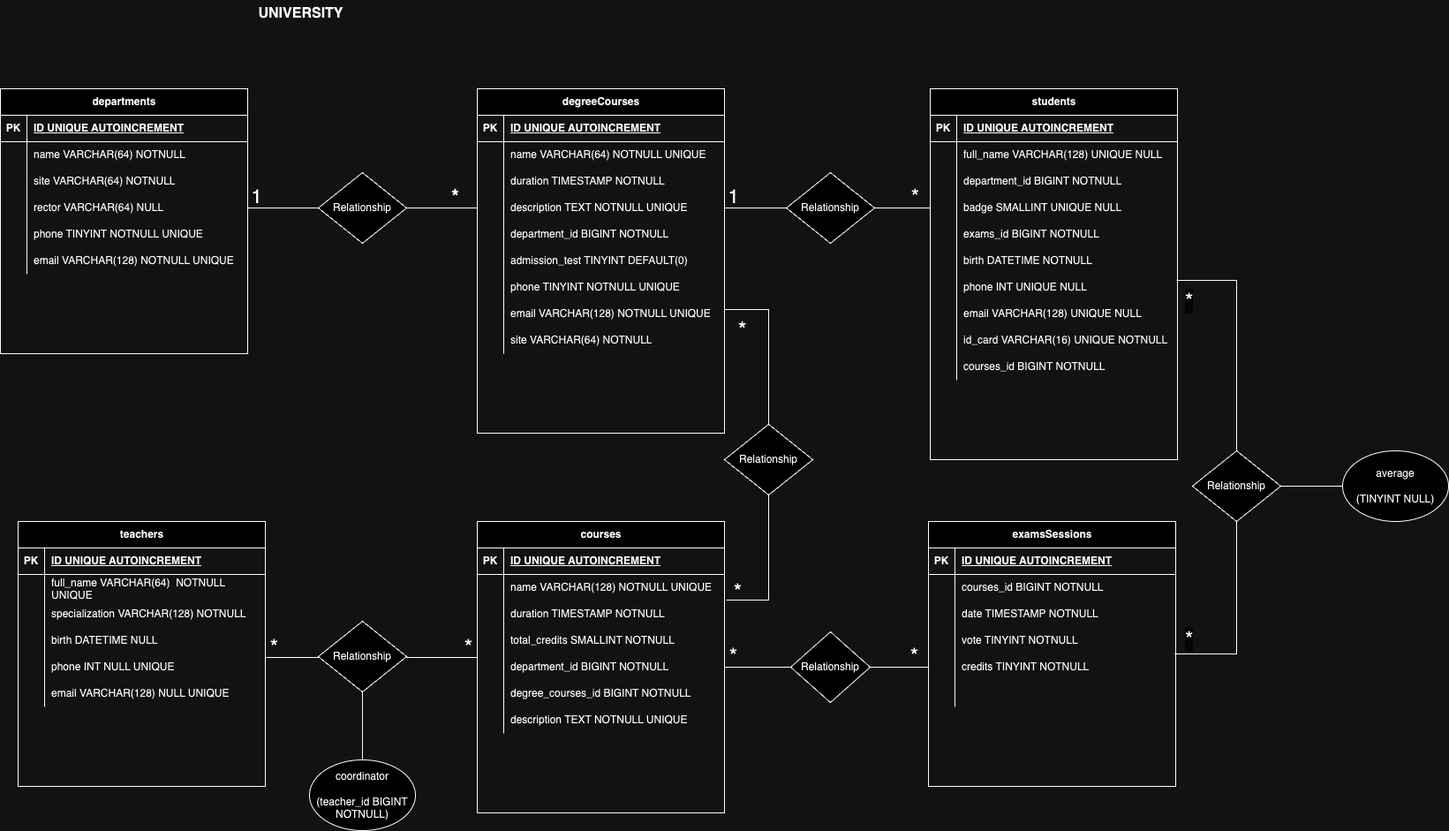
Before: University.drawio.png, a diagram exported from draw.io (nicolaceccagnoli/db-university). Source tidied: cells renumbered, new cells last; positions are measured from the earlier drawing's top-left corner, leaving out a move shared by most shapes.
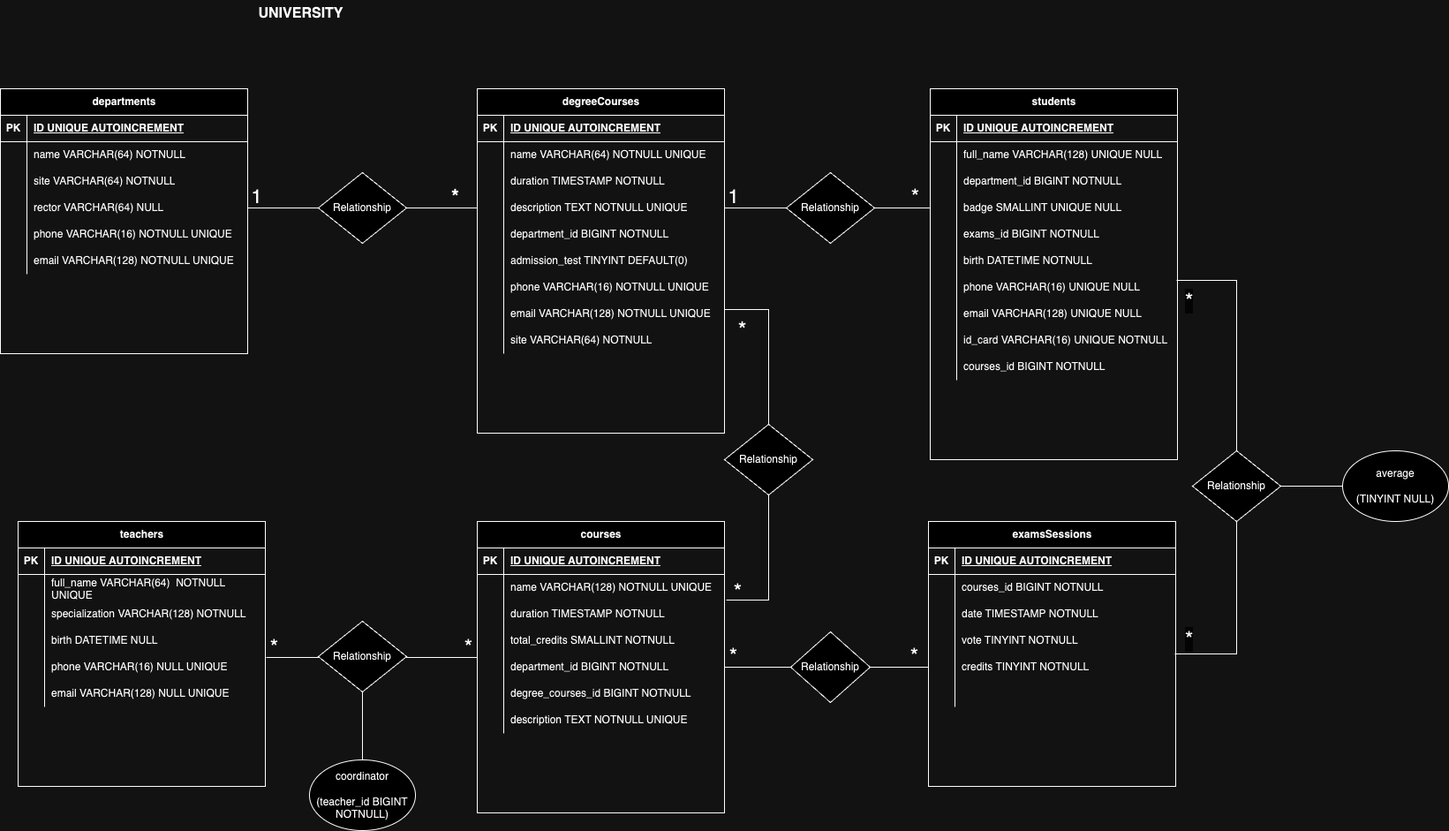
Later version of the same file.

What changed in the source:
```diff
@@ -47,7 +47,7 @@
     <mxCell id="16" style="shape=partialRectangle;fillColor=none;top=0;left=0;bottom=0;right=0;overflow=hidden;whiteSpace=wrap;html=1;" parent="15" vertex="1">
       <mxGeometry width="30" height="30" as="geometry" />
     </mxCell>
-    <mxCell id="17" value="phone TINYINT NOTNULL UNIQUE" style="shape=partialRectangle;fillColor=none;top=0;left=0;bottom=0;right=0;align=left;spacingLeft=6;overflow=hidden;whiteSpace=wrap;html=1;" parent="15" vertex="1">
+    <mxCell id="17" value="phone VARCHAR(16)&amp;nbsp;NOTNULL UNIQUE" style="shape=partialRectangle;fillColor=none;top=0;left=0;bottom=0;right=0;align=left;spacingLeft=6;overflow=hidden;whiteSpace=wrap;html=1;" parent="15" vertex="1">
       <mxGeometry x="30" width="250" height="30" as="geometry" />
     </mxCell>
     <mxCell id="18" style="shape=tableRow;horizontal=0;startSize=0;swimlaneHead=0;swimlaneBody=0;fillColor=none;top=0;left=0;right=0;bottom=0;" parent="2" vertex="1">
@@ -125,7 +125,7 @@
     <mxCell id="42" style="shape=partialRectangle;fillColor=none;top=0;left=0;bottom=0;right=0;overflow=hidden;whiteSpace=wrap;html=1;" parent="41" vertex="1">
       <mxGeometry width="30" height="30" as="geometry" />
     </mxCell>
-    <mxCell id="43" value="phone TINYINT NOTNULL UNIQUE" style="shape=partialRectangle;fillColor=none;top=0;left=0;bottom=0;right=0;align=left;spacingLeft=6;overflow=hidden;whiteSpace=wrap;html=1;" parent="41" vertex="1">
+    <mxCell id="43" value="phone VARCHAR(16) NOTNULL UNIQUE" style="shape=partialRectangle;fillColor=none;top=0;left=0;bottom=0;right=0;align=left;spacingLeft=6;overflow=hidden;whiteSpace=wrap;html=1;" parent="41" vertex="1">
       <mxGeometry x="30" width="250" height="30" as="geometry" />
     </mxCell>
     <mxCell id="44" style="shape=tableRow;horizontal=0;startSize=0;swimlaneHead=0;swimlaneBody=0;fillColor=none;top=0;left=0;right=0;bottom=0;" parent="22" vertex="1">
@@ -275,7 +275,7 @@
     <mxCell id="92" style="shape=partialRectangle;fillColor=none;top=0;left=0;bottom=0;right=0;overflow=hidden;whiteSpace=wrap;html=1;" parent="91" vertex="1">
       <mxGeometry width="30" height="30" as="geometry" />
     </mxCell>
-    <mxCell id="93" value="phone INT UNIQUE NULL" style="shape=partialRectangle;fillColor=none;top=0;left=0;bottom=0;right=0;align=left;spacingLeft=6;overflow=hidden;whiteSpace=wrap;html=1;" parent="91" vertex="1">
+    <mxCell id="93" value="phone VARCHAR(16)&amp;nbsp;UNIQUE NULL" style="shape=partialRectangle;fillColor=none;top=0;left=0;bottom=0;right=0;align=left;spacingLeft=6;overflow=hidden;whiteSpace=wrap;html=1;" parent="91" vertex="1">
       <mxGeometry x="30" width="250" height="30" as="geometry" />
     </mxCell>
     <mxCell id="94" style="shape=tableRow;horizontal=0;startSize=0;swimlaneHead=0;swimlaneBody=0;fillColor=none;top=0;left=0;right=0;bottom=0;" parent="72" vertex="1">
@@ -350,7 +350,7 @@
     <mxCell id="117" style="shape=partialRectangle;fillColor=none;top=0;left=0;bottom=0;right=0;overflow=hidden;whiteSpace=wrap;html=1;" parent="116" vertex="1">
       <mxGeometry width="30" height="30" as="geometry" />
     </mxCell>
-    <mxCell id="118" value="phone INT NULL UNIQUE" style="shape=partialRectangle;fillColor=none;top=0;left=0;bottom=0;right=0;align=left;spacingLeft=6;overflow=hidden;whiteSpace=wrap;html=1;" parent="116" vertex="1">
+    <mxCell id="118" value="phone VARCHAR(16)&amp;nbsp;NULL UNIQUE" style="shape=partialRectangle;fillColor=none;top=0;left=0;bottom=0;right=0;align=left;spacingLeft=6;overflow=hidden;whiteSpace=wrap;html=1;" parent="116" vertex="1">
       <mxGeometry x="30" width="250" height="30" as="geometry" />
     </mxCell>
     <mxCell id="119" style="shape=tableRow;horizontal=0;startSize=0;swimlaneHead=0;swimlaneBody=0;fillColor=none;top=0;left=0;right=0;bottom=0;" parent="103" vertex="1">
```
